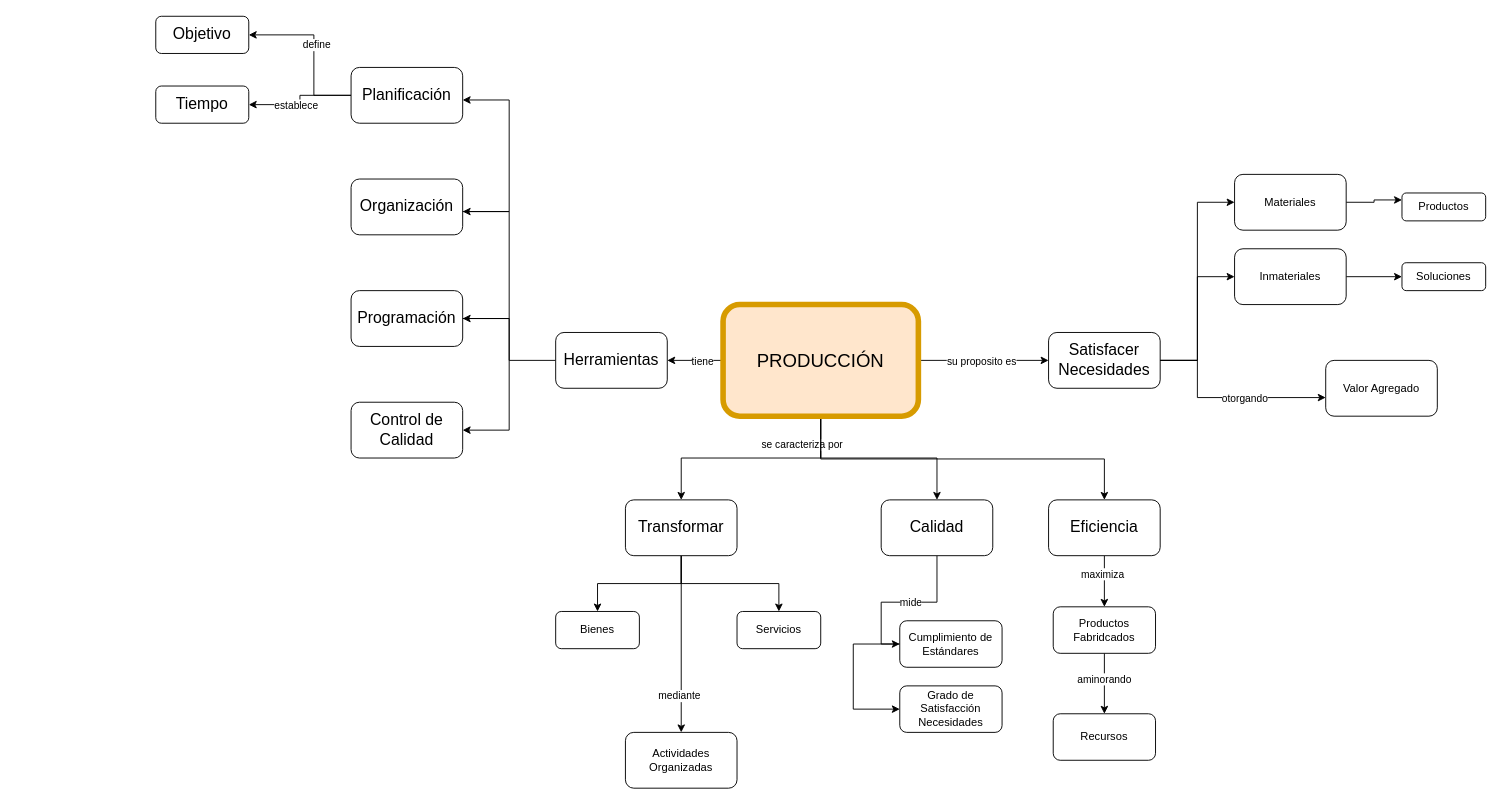
Before: Produccion.drawio in HanaU3U/ciencias1, a draw.io diagram. Source tidied: cells renumbered, new cells numbered last; positions are measured from the earlier drawing's top-left corner, leaving out a move shared by most shapes. Both pictures are drawn from the tidied source at 93%, with x=0, y=0 at pixel (155, 16).
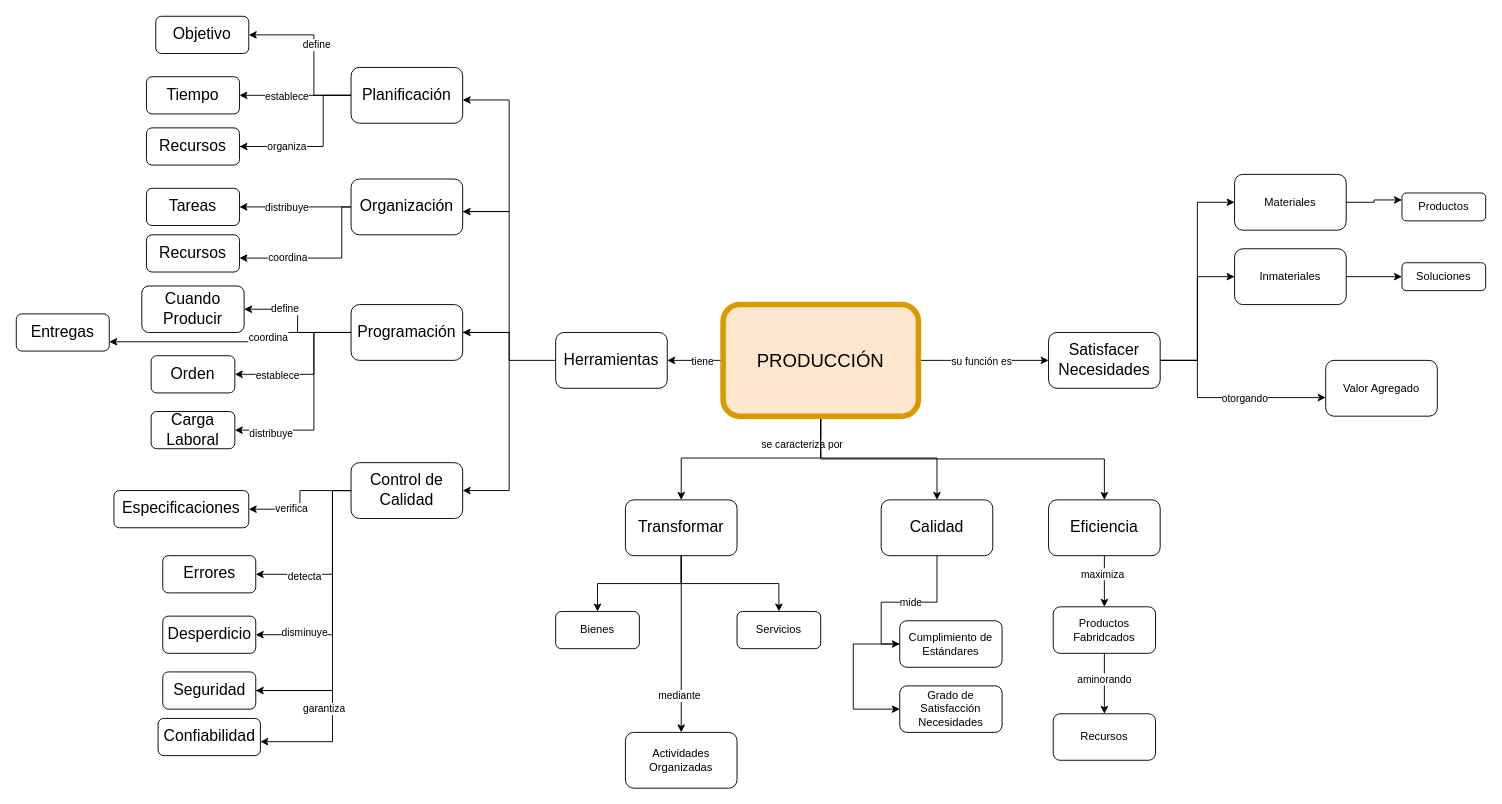
The same diagram, later.

Unchanged cells that the change refers to:
```xml
<mxCell id="2" style="edgeStyle=orthogonalEdgeStyle;rounded=0;jettySize=auto;html=1;" parent="1" edge="1" source="10" target="14">
  <mxGeometry relative="1" as="geometry" />
</mxCell>
<mxCell id="50" value="Planificación" style="rounded=1;whiteSpace=wrap;html=1;fontSize=17;" parent="1" vertex="1">
  <mxGeometry x="210" y="55" width="120" height="60" as="geometry" />
</mxCell>
<mxCell id="51" value="Organización" style="rounded=1;whiteSpace=wrap;html=1;fontSize=17;" parent="1" vertex="1">
  <mxGeometry x="210" y="175" width="120" height="60" as="geometry" />
</mxCell>
```

The edit, as a diff of the source:
```diff
@@
-    <mxCell id="3" value="su proposito es" style="edgeLabel;html=1;align=center;verticalAlign=middle;" parent="2" vertex="1">
+    <mxCell id="3" value="su función es" style="edgeLabel;html=1;align=center;verticalAlign=middle;" parent="2" vertex="1">
       <mxGeometry x="-0.04" relative="1" as="geometry" />
     </mxCell>
@@
+    <mxCell id="59" style="edgeStyle=orthogonalEdgeStyle;rounded=0;jettySize=auto;html=1;" parent="1" edge="1" source="50" target="80">
+      <mxGeometry relative="1" as="geometry">
+        <Array as="points">
+          <mxPoint x="180" y="85" />
+          <mxPoint x="180" y="140" />
+        </Array>
+      </mxGeometry>
+    </mxCell>
+    <mxCell id="60" value="organiza" style="edgeLabel;html=1;align=center;verticalAlign=middle;" parent="59" vertex="1">
+      <mxGeometry x="0.43" y="-1" relative="1" as="geometry" />
+    </mxCell>
@@
+    <mxCell id="61" style="edgeStyle=orthogonalEdgeStyle;rounded=0;jettySize=auto;html=1;" parent="1" edge="1" source="51" target="81">
+      <mxGeometry relative="1" as="geometry" />
+    </mxCell>
+    <mxCell id="62" value="distribuye" style="edgeLabel;html=1;align=center;verticalAlign=middle;" parent="61" vertex="1">
+      <mxGeometry y="-1" relative="1" as="geometry">
+        <mxPoint x="-10" y="1" as="offset" />
+      </mxGeometry>
+    </mxCell>
+    <mxCell id="63" style="edgeStyle=orthogonalEdgeStyle;rounded=0;jettySize=auto;html=1;" parent="1" edge="1" source="51" target="82">
+      <mxGeometry relative="1" as="geometry">
+        <Array as="points">
+          <mxPoint x="200" y="205" />
+          <mxPoint x="200" y="260" />
+        </Array>
+      </mxGeometry>
+    </mxCell>
+    <mxCell id="64" value="coordina" style="edgeLabel;html=1;align=center;verticalAlign=middle;" parent="63" vertex="1">
+      <mxGeometry x="0.66" y="-1" relative="1" as="geometry">
+        <mxPoint x="21" as="offset" />
+      </mxGeometry>
+    </mxCell>
@@
     <mxCell id="52" style="edgeStyle=orthogonalEdgeStyle;rounded=0;jettySize=auto;html=1;" parent="1" edge="1" source="54" target="51">
       <mxGeometry relative="1" as="geometry">
         <Array as="points">
-          <mxPoint x="380" y="325" />
+          <mxPoint x="380" y="340" />
           <mxPoint x="380" y="210" />
         </Array>
       </mxGeometry>
     </mxCell>
     <mxCell id="53" style="edgeStyle=orthogonalEdgeStyle;rounded=0;jettySize=auto;html=1;" parent="1" edge="1" source="54" target="55">
       <mxGeometry relative="1" as="geometry">
         <Array as="points">
-          <mxPoint x="380" y="325" />
-          <mxPoint x="380" y="445" />
+          <mxPoint x="380" y="340" />
+          <mxPoint x="380" y="510" />
         </Array>
       </mxGeometry>
     </mxCell>
+    <mxCell id="65" style="edgeStyle=orthogonalEdgeStyle;rounded=0;jettySize=auto;html=1;" parent="1" edge="1" source="54" target="83">
+      <mxGeometry relative="1" as="geometry" />
+    </mxCell>
+    <mxCell id="66" value="define" style="edgeLabel;html=1;align=center;verticalAlign=middle;" parent="65" vertex="1">
+      <mxGeometry x="0.38" y="-1" relative="1" as="geometry" />
+    </mxCell>
+    <mxCell id="67" style="edgeStyle=orthogonalEdgeStyle;rounded=0;jettySize=auto;html=1;" parent="1" edge="1" source="54" target="84">
+      <mxGeometry relative="1" as="geometry">
+        <Array as="points">
+          <mxPoint x="170" y="340" />
+          <mxPoint x="170" y="385" />
+        </Array>
+      </mxGeometry>
+    </mxCell>
+    <mxCell id="68" value="establece" style="edgeLabel;html=1;align=center;verticalAlign=middle;" parent="67" vertex="1">
+      <mxGeometry x="0.58" y="2" relative="1" as="geometry">
+        <mxPoint x="9" y="-2" as="offset" />
+      </mxGeometry>
+    </mxCell>
+    <mxCell id="69" style="edgeStyle=orthogonalEdgeStyle;rounded=0;jettySize=auto;html=1;" parent="1" edge="1" source="54" target="85">
+      <mxGeometry relative="1" as="geometry">
+        <Array as="points">
+          <mxPoint x="170" y="340" />
+          <mxPoint x="170" y="445" />
+        </Array>
+      </mxGeometry>
+    </mxCell>
+    <mxCell id="70" value="distribuye" style="edgeLabel;html=1;align=center;verticalAlign=middle;" parent="69" vertex="1">
+      <mxGeometry x="0.67" y="3" relative="1" as="geometry" />
+    </mxCell>
+    <mxCell id="71" style="edgeStyle=orthogonalEdgeStyle;rounded=0;jettySize=auto;html=1;" parent="1" edge="1" source="54" target="86">
+      <mxGeometry relative="1" as="geometry">
+        <Array as="points">
+          <mxPoint x="140" y="340" />
+          <mxPoint x="140" y="350" />
+        </Array>
+      </mxGeometry>
+    </mxCell>
+    <mxCell id="72" value="coordina" style="edgeLabel;html=1;align=center;verticalAlign=middle;" parent="71" vertex="1">
+      <mxGeometry x="0.05" y="-2" relative="1" as="geometry">
+        <mxPoint x="42" y="-3" as="offset" />
+      </mxGeometry>
+    </mxCell>
     <mxCell id="54" value="Programación" style="rounded=1;whiteSpace=wrap;html=1;fontSize=17;" parent="1" vertex="1">
-      <mxGeometry x="210" y="295" width="120" height="60" as="geometry" />
+      <mxGeometry x="210" y="310" width="120" height="60" as="geometry" />
     </mxCell>
+    <mxCell id="73" style="edgeStyle=orthogonalEdgeStyle;rounded=0;jettySize=auto;html=1;" parent="1" edge="1" source="55" target="87">
+      <mxGeometry relative="1" as="geometry" />
+    </mxCell>
+    <mxCell id="74" value="verifica" style="edgeLabel;html=1;align=center;verticalAlign=middle;" parent="73" vertex="1">
+      <mxGeometry x="-0.13" y="2" relative="1" as="geometry">
+        <mxPoint x="-12" y="17" as="offset" />
+      </mxGeometry>
+    </mxCell>
+    <mxCell id="75" style="edgeStyle=orthogonalEdgeStyle;rounded=0;jettySize=auto;html=1;" parent="1" edge="1" source="55" target="88">
+      <mxGeometry relative="1" as="geometry">
+        <Array as="points">
+          <mxPoint x="190" y="510" />
+          <mxPoint x="190" y="600" />
+        </Array>
+      </mxGeometry>
+    </mxCell>
+    <mxCell id="76" value="detecta" style="edgeLabel;html=1;align=center;verticalAlign=middle;" parent="75" vertex="1">
+      <mxGeometry x="0.46" y="2" relative="1" as="geometry" />
+    </mxCell>
+    <mxCell id="77" style="edgeStyle=orthogonalEdgeStyle;rounded=0;jettySize=auto;html=1;" parent="1" edge="1" source="55" target="89">
+      <mxGeometry relative="1" as="geometry">
+        <Array as="points">
+          <mxPoint x="190" y="510" />
+          <mxPoint x="190" y="665" />
+        </Array>
+      </mxGeometry>
+    </mxCell>
+    <mxCell id="78" value="disminuye" style="edgeLabel;html=1;align=center;verticalAlign=middle;" parent="77" vertex="1">
+      <mxGeometry x="0.6" y="-3" relative="1" as="geometry" />
+    </mxCell>
+    <mxCell id="79" style="edgeStyle=orthogonalEdgeStyle;rounded=0;jettySize=auto;html=1;" parent="1" edge="1" source="55" target="92">
+      <mxGeometry relative="1" as="geometry">
+        <Array as="points">
+          <mxPoint x="190" y="510" />
+          <mxPoint x="190" y="725" />
+        </Array>
+      </mxGeometry>
+    </mxCell>
     <mxCell id="55" value="Control de Calidad" style="rounded=1;whiteSpace=wrap;html=1;fontSize=17;" parent="1" vertex="1">
-      <mxGeometry x="210" y="415" width="120" height="60" as="geometry" />
+      <mxGeometry x="210" y="480" width="120" height="60" as="geometry" />
     </mxCell>
@@
     <mxCell id="58" value="Tiempo" style="rounded=1;whiteSpace=wrap;html=1;fontSize=17;" parent="1" vertex="1">
-      <mxGeometry y="75" width="100" height="40" as="geometry" />
+      <mxGeometry x="-10" y="65" width="100" height="40" as="geometry" />
     </mxCell>
+    <mxCell id="80" value="Recursos" style="rounded=1;whiteSpace=wrap;html=1;fontSize=17;" parent="1" vertex="1">
+      <mxGeometry x="-10" y="120" width="100" height="40" as="geometry" />
+    </mxCell>
+    <mxCell id="81" value="Tareas" style="rounded=1;whiteSpace=wrap;html=1;fontSize=17;" parent="1" vertex="1">
+      <mxGeometry x="-10" y="185" width="100" height="40" as="geometry" />
+    </mxCell>
+    <mxCell id="82" value="Recursos" style="rounded=1;whiteSpace=wrap;html=1;fontSize=17;" parent="1" vertex="1">
+      <mxGeometry x="-10" y="235" width="100" height="40" as="geometry" />
+    </mxCell>
+    <mxCell id="83" value="Cuando Producir" style="rounded=1;whiteSpace=wrap;html=1;fontSize=17;" parent="1" vertex="1">
+      <mxGeometry x="-15" y="290" width="110" height="50" as="geometry" />
+    </mxCell>
+    <mxCell id="84" value="Orden" style="rounded=1;whiteSpace=wrap;html=1;fontSize=17;" parent="1" vertex="1">
+      <mxGeometry x="-5" y="365" width="90" height="40" as="geometry" />
+    </mxCell>
+    <mxCell id="85" value="Carga Laboral" style="rounded=1;whiteSpace=wrap;html=1;fontSize=17;" parent="1" vertex="1">
+      <mxGeometry x="-5" y="425" width="90" height="40" as="geometry" />
+    </mxCell>
+    <mxCell id="86" value="Entregas" style="rounded=1;whiteSpace=wrap;html=1;fontSize=17;" parent="1" vertex="1">
+      <mxGeometry x="-150" y="320" width="100" height="40" as="geometry" />
+    </mxCell>
+    <mxCell id="87" value="Especificaciones" style="rounded=1;whiteSpace=wrap;html=1;fontSize=17;" parent="1" vertex="1">
+      <mxGeometry x="-45" y="510" width="145" height="40" as="geometry" />
+    </mxCell>
+    <mxCell id="88" value="Errores" style="rounded=1;whiteSpace=wrap;html=1;fontSize=17;" parent="1" vertex="1">
+      <mxGeometry x="7.5" y="580" width="100" height="40" as="geometry" />
+    </mxCell>
+    <mxCell id="89" value="Desperdicio" style="rounded=1;whiteSpace=wrap;html=1;fontSize=17;" parent="1" vertex="1">
+      <mxGeometry x="7.5" y="645" width="100" height="40" as="geometry" />
+    </mxCell>
+    <mxCell id="90" style="edgeStyle=orthogonalEdgeStyle;rounded=0;jettySize=auto;html=1;" parent="1" edge="1" source="92" target="93">
+      <mxGeometry relative="1" as="geometry">
+        <Array as="points">
+          <mxPoint x="190" y="725" />
+          <mxPoint x="190" y="780" />
+        </Array>
+      </mxGeometry>
+    </mxCell>
+    <mxCell id="91" value="garantiza" style="edgeLabel;html=1;align=center;verticalAlign=middle;" parent="90" vertex="1">
+      <mxGeometry x="0.06" relative="1" as="geometry">
+        <mxPoint x="-10" y="-12" as="offset" />
+      </mxGeometry>
+    </mxCell>
+    <mxCell id="92" value="Seguridad" style="rounded=1;whiteSpace=wrap;html=1;fontSize=17;" parent="1" vertex="1">
+      <mxGeometry x="7.5" y="705" width="100" height="40" as="geometry" />
+    </mxCell>
+    <mxCell id="93" value="Confiabilidad" style="rounded=1;whiteSpace=wrap;html=1;fontSize=17;" parent="1" vertex="1">
+      <mxGeometry x="2.5" y="755" width="110" height="40" as="geometry" />
+    </mxCell>
```
